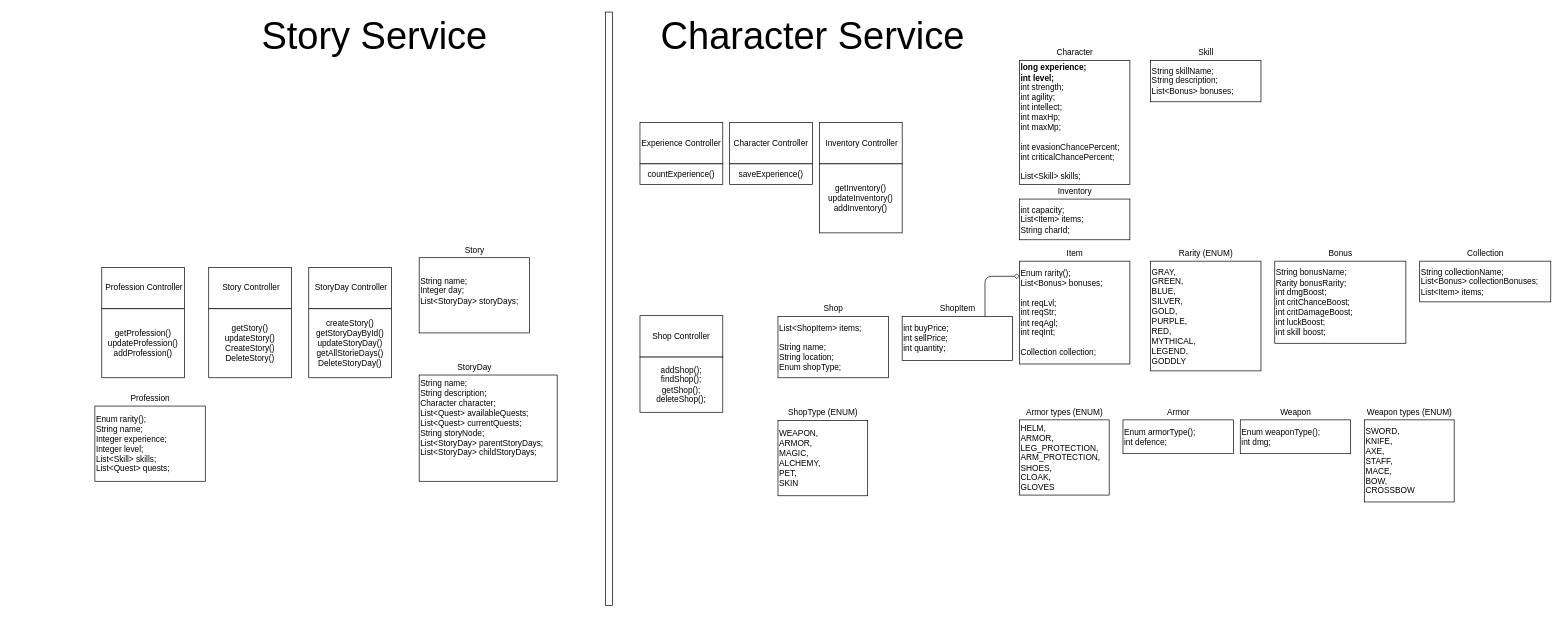
Above: Character.drawio in FedosovMax/diagrams (draw.io), before the change. Source tidied: cells renumbered, new cells numbered last; positions are measured from the earlier drawing's top-left corner, leaving out a move shared by most shapes. Both pictures are drawn from the tidied source at 69%, with x=0, y=0 at pixel (95, 12).
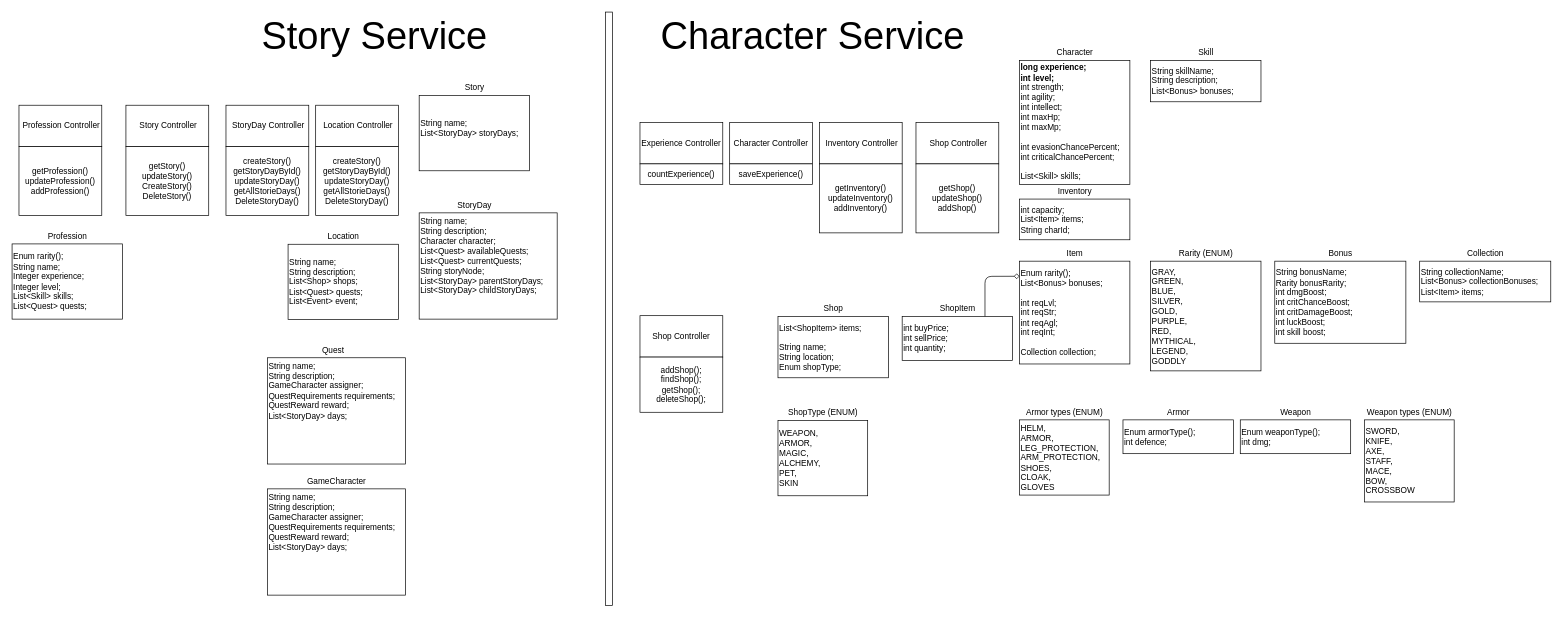
After the change.

Diff of the diagram source:
```diff
@@
     <mxCell id="30" value="&amp;nbsp;Profession Controller" style="rounded=0;whiteSpace=wrap;html=1;" parent="1" vertex="1">
-      <mxGeometry x="10" y="370" width="120" height="60" as="geometry" />
+      <mxGeometry x="-110" y="135" width="120" height="60" as="geometry" />
     </mxCell>
     <mxCell id="31" value="getProfession()&lt;br&gt;updateProfession()&lt;br&gt;addProfession()" style="rounded=0;whiteSpace=wrap;html=1;" parent="1" vertex="1">
-      <mxGeometry x="10" y="430" width="120" height="100" as="geometry" />
+      <mxGeometry x="-110" y="195" width="120" height="100" as="geometry" />
     </mxCell>
     <mxCell id="32" value="Enum rarity();&lt;br&gt;&lt;div&gt;String name; &lt;br&gt;&lt;/div&gt;&lt;div&gt;Integer experience;&lt;/div&gt;&lt;div&gt;Integer level;&lt;/div&gt;&lt;div&gt;List&amp;lt;Skill&amp;gt; skills;&lt;br&gt;&lt;/div&gt;List&amp;lt;Quest&amp;gt; quests;&amp;nbsp;" style="rounded=0;whiteSpace=wrap;html=1;align=left;" parent="1" vertex="1">
-      <mxGeometry y="571" width="160" height="109" as="geometry" />
+      <mxGeometry x="-120" y="336" width="160" height="109" as="geometry" />
     </mxCell>
     <mxCell id="33" value="Profession" style="text;html=1;align=center;verticalAlign=middle;" parent="1" vertex="1">
-      <mxGeometry x="45" y="550" width="70" height="20" as="geometry" />
+      <mxGeometry x="-75" y="315" width="70" height="20" as="geometry" />
     </mxCell>
@@
-    <mxCell id="46" value="&lt;div&gt;String name; &lt;br&gt;&lt;/div&gt;&lt;div&gt;Integer day; &lt;br&gt;&lt;/div&gt;&lt;div&gt;List&amp;lt;StoryDay&amp;gt; storyDays;&lt;/div&gt;&lt;div&gt; &lt;br&gt;&lt;/div&gt;" style="rounded=0;whiteSpace=wrap;html=1;align=left;" parent="1" vertex="1">
-      <mxGeometry x="470" y="356" width="160" height="109" as="geometry" />
+    <mxCell id="46" value="&lt;div&gt;String name; &lt;br&gt;&lt;/div&gt;&lt;div&gt;List&amp;lt;StoryDay&amp;gt; storyDays;&lt;/div&gt;&lt;div&gt; &lt;br&gt;&lt;/div&gt;" style="rounded=0;whiteSpace=wrap;html=1;align=left;" parent="1" vertex="1">
+      <mxGeometry x="470" y="121" width="160" height="109" as="geometry" />
     </mxCell>
     <mxCell id="47" value="Story" style="text;html=1;align=center;verticalAlign=middle;" parent="1" vertex="1">
-      <mxGeometry x="530" y="335" width="40" height="20" as="geometry" />
+      <mxGeometry x="530" y="100" width="40" height="20" as="geometry" />
     </mxCell>
     <mxCell id="48" value="&lt;div&gt;String name; &lt;br&gt;&lt;/div&gt;&lt;div&gt;String description;&lt;/div&gt;&lt;div&gt;Character character;&lt;br&gt;&lt;/div&gt;&lt;div&gt;List&amp;lt;Quest&amp;gt; availableQuests;&lt;/div&gt;&lt;div&gt;List&amp;lt;Quest&amp;gt; currentQuests;&lt;/div&gt;&lt;div&gt;String storyNode;&lt;/div&gt;&lt;div&gt;List&amp;lt;StoryDay&amp;gt; parentStoryDays;&lt;/div&gt;&lt;div&gt;List&amp;lt;StoryDay&amp;gt; childStoryDays;&lt;/div&gt;&lt;div&gt;&lt;br&gt;&lt;/div&gt;&lt;div&gt;&lt;br&gt;&lt;/div&gt;" style="rounded=0;whiteSpace=wrap;html=1;align=left;" parent="1" vertex="1">
-      <mxGeometry x="470" y="526" width="200" height="154" as="geometry" />
+      <mxGeometry x="470" y="291" width="200" height="154" as="geometry" />
     </mxCell>
     <mxCell id="49" value="StoryDay" style="text;html=1;align=center;verticalAlign=middle;" parent="1" vertex="1">
-      <mxGeometry x="520" y="505" width="60" height="20" as="geometry" />
+      <mxGeometry x="520" y="270" width="60" height="20" as="geometry" />
     </mxCell>
     <mxCell id="50" value="&amp;nbsp;Story Controller" style="rounded=0;whiteSpace=wrap;html=1;" parent="1" vertex="1">
-      <mxGeometry x="165" y="370" width="120" height="60" as="geometry" />
+      <mxGeometry x="45" y="135" width="120" height="60" as="geometry" />
     </mxCell>
     <mxCell id="51" value="getStory()&lt;br&gt;updateStory()&lt;br&gt;&lt;div&gt;CreateStory()&lt;/div&gt;&lt;div&gt;DeleteStory()&lt;br&gt;&lt;/div&gt;" style="rounded=0;whiteSpace=wrap;html=1;" parent="1" vertex="1">
-      <mxGeometry x="165" y="430" width="120" height="100" as="geometry" />
+      <mxGeometry x="45" y="195" width="120" height="100" as="geometry" />
     </mxCell>
     <mxCell id="52" value="&amp;nbsp;StoryDay Controller" style="rounded=0;whiteSpace=wrap;html=1;" parent="1" vertex="1">
-      <mxGeometry x="310" y="370" width="120" height="60" as="geometry" />
+      <mxGeometry x="190" y="135" width="120" height="60" as="geometry" />
     </mxCell>
     <mxCell id="53" value="&lt;div&gt;createStory()&lt;/div&gt;&lt;div&gt;getStoryDayById()&lt;/div&gt;updateStoryDay()&lt;br&gt;&lt;div&gt;getAllStorieDays()&lt;/div&gt;&lt;div&gt;DeleteStoryDay()&lt;br&gt;&lt;/div&gt;" style="rounded=0;whiteSpace=wrap;html=1;" parent="1" vertex="1">
-      <mxGeometry x="310" y="430" width="120" height="100" as="geometry" />
+      <mxGeometry x="190" y="195" width="120" height="100" as="geometry" />
     </mxCell>
+    <mxCell id="54" value="&amp;nbsp;Shop Controller" style="rounded=0;whiteSpace=wrap;html=1;" parent="1" vertex="1">
+      <mxGeometry x="1190" y="160" width="120" height="60" as="geometry" />
+    </mxCell>
+    <mxCell id="55" value="getShop()&lt;br&gt;updateShop()&lt;br&gt;addShop()" style="rounded=0;whiteSpace=wrap;html=1;" parent="1" vertex="1">
+      <mxGeometry x="1190" y="220" width="120" height="100" as="geometry" />
+    </mxCell>
+    <mxCell id="56" value="&amp;nbsp;Location Controller" style="rounded=0;whiteSpace=wrap;html=1;" parent="1" vertex="1">
+      <mxGeometry x="320" y="135" width="120" height="60" as="geometry" />
+    </mxCell>
+    <mxCell id="57" value="&lt;div&gt;createStory()&lt;/div&gt;&lt;div&gt;getStoryDayById()&lt;/div&gt;updateStoryDay()&lt;br&gt;&lt;div&gt;getAllStorieDays()&lt;/div&gt;&lt;div&gt;DeleteStoryDay()&lt;br&gt;&lt;/div&gt;" style="rounded=0;whiteSpace=wrap;html=1;" parent="1" vertex="1">
+      <mxGeometry x="320" y="195" width="120" height="100" as="geometry" />
+    </mxCell>
+    <mxCell id="58" value="&lt;div&gt;String name;&lt;/div&gt;&lt;div&gt;String description;&lt;/div&gt;&lt;div&gt;List&amp;lt;Shop&amp;gt; shops;&lt;/div&gt;&lt;div&gt;List&amp;lt;Quest&amp;gt; quests;&lt;/div&gt;&lt;div&gt;List&amp;lt;Event&amp;gt; event;&lt;br&gt;&lt;/div&gt;" style="rounded=0;whiteSpace=wrap;html=1;align=left;" parent="1" vertex="1">
+      <mxGeometry x="280" y="336.5" width="160" height="109" as="geometry" />
+    </mxCell>
+    <mxCell id="59" value="Location" style="text;html=1;align=center;verticalAlign=middle;" parent="1" vertex="1">
+      <mxGeometry x="330" y="315.5" width="60" height="20" as="geometry" />
+    </mxCell>
+    <mxCell id="60" value="&lt;div&gt;String name; &lt;br&gt;&lt;/div&gt;&lt;div&gt;String description;&lt;/div&gt;&lt;div&gt;GameCharacter assigner;&lt;/div&gt;&lt;div&gt;QuestRequirements requirements;&lt;br&gt;&lt;/div&gt;&lt;div&gt;QuestReward reward;&lt;/div&gt;&lt;div&gt;List&amp;lt;StoryDay&amp;gt; days; &lt;br&gt;&lt;/div&gt;&lt;div&gt;&lt;br&gt;&lt;/div&gt;&lt;div&gt;&lt;br&gt;&lt;/div&gt;&lt;div&gt;&lt;br&gt;&lt;/div&gt;&lt;div&gt;&lt;br&gt;&lt;/div&gt;" style="rounded=0;whiteSpace=wrap;html=1;align=left;" parent="1" vertex="1">
+      <mxGeometry x="250" y="501" width="200" height="154" as="geometry" />
+    </mxCell>
+    <mxCell id="61" value="Quest" style="text;html=1;align=center;verticalAlign=middle;" parent="1" vertex="1">
+      <mxGeometry x="320" y="480" width="50" height="20" as="geometry" />
+    </mxCell>
+    <mxCell id="62" value="&lt;div&gt;String name; &lt;br&gt;&lt;/div&gt;&lt;div&gt;String description;&lt;/div&gt;&lt;div&gt;GameCharacter assigner;&lt;/div&gt;&lt;div&gt;QuestRequirements requirements;&lt;br&gt;&lt;/div&gt;&lt;div&gt;QuestReward reward;&lt;/div&gt;&lt;div&gt;List&amp;lt;StoryDay&amp;gt; days; &lt;br&gt;&lt;/div&gt;&lt;div&gt;&lt;br&gt;&lt;/div&gt;&lt;div&gt;&lt;br&gt;&lt;/div&gt;&lt;div&gt;&lt;br&gt;&lt;/div&gt;&lt;div&gt;&lt;br&gt;&lt;/div&gt;" style="rounded=0;whiteSpace=wrap;html=1;align=left;" parent="1" vertex="1">
+      <mxGeometry x="250" y="691" width="200" height="154" as="geometry" />
+    </mxCell>
+    <mxCell id="63" value="GameCharacter" style="text;html=1;align=center;verticalAlign=middle;" parent="1" vertex="1">
+      <mxGeometry x="300" y="670" width="100" height="20" as="geometry" />
+    </mxCell>
```
